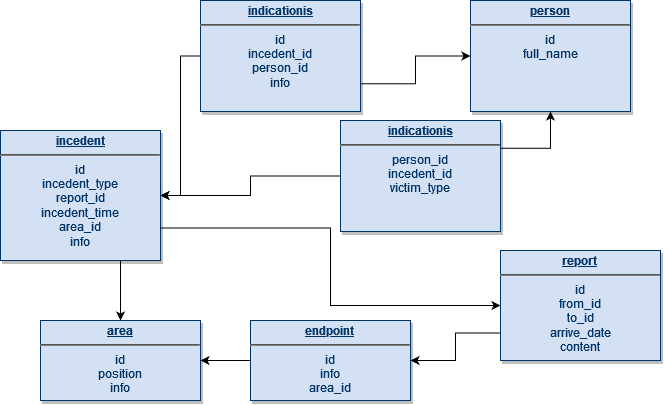
The draw.io diagram s2/db/l1/infodiagram.png in Wgmlgz/itmo, before a commit. Source tidied: cells renumbered, new cells last; positions are measured from the earlier drawing's top-left corner, leaving out a move shared by most shapes.
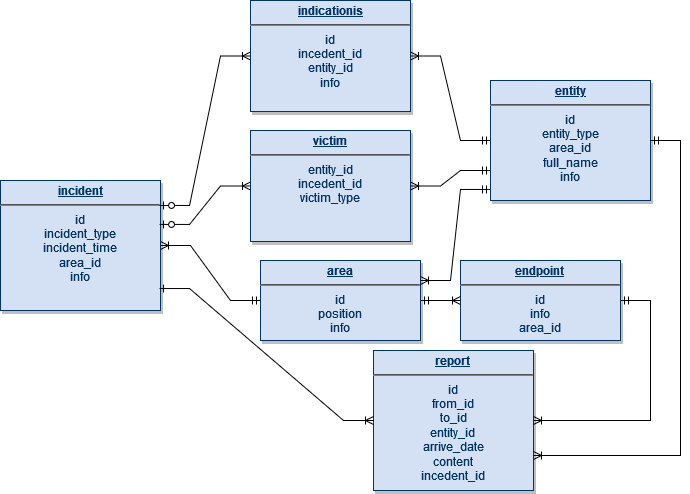
Above is the later version.

Change to the diagram source:
```diff
@@ -2,50 +2,56 @@
   <root>
     <mxCell id="0" />
     <mxCell id="1" parent="0" />
-    <mxCell id="2" style="edgeStyle=orthogonalEdgeStyle;rounded=0;jettySize=auto;html=1;exitX=0;exitY=0.5;exitDx=0;exitDy=0;entryX=1;entryY=0.5;entryDx=0;entryDy=0;" parent="1" edge="1" source="4" target="11">
-      <mxGeometry relative="1" as="geometry" />
-    </mxCell>
-    <mxCell id="3" style="edgeStyle=orthogonalEdgeStyle;rounded=0;jettySize=auto;html=1;exitX=1;exitY=0.75;exitDx=0;exitDy=0;" parent="1" edge="1" source="4" target="8">
-      <mxGeometry relative="1" as="geometry" />
-    </mxCell>
-    <mxCell id="4" value="&lt;p style=&quot;margin: 4px 0px 0px; text-decoration: underline;&quot; align=&quot;center&quot;&gt;&lt;strong&gt;indicationis&lt;/strong&gt;&lt;/p&gt;&lt;hr align=&quot;center&quot;&gt;&lt;div align=&quot;center&quot;&gt;id&lt;/div&gt;&lt;div align=&quot;center&quot;&gt;incedent_id&lt;/div&gt;&lt;div align=&quot;center&quot;&gt;person_id&lt;/div&gt;&lt;div align=&quot;center&quot;&gt;info&lt;br&gt;&lt;/div&gt;" style="verticalAlign=top;align=center;overflow=fill;fontSize=12;fontFamily=Helvetica;html=1;strokeColor=#003366;shadow=1;fillColor=#D4E1F5;fontColor=#003366;" parent="1" vertex="1">
-      <mxGeometry x="200" width="160" height="111" as="geometry" />
+    <mxCell id="4" value="&lt;p style=&quot;margin: 4px 0px 0px; text-decoration: underline;&quot; align=&quot;center&quot;&gt;&lt;strong&gt;indicationis&lt;/strong&gt;&lt;/p&gt;&lt;hr align=&quot;center&quot;&gt;&lt;div align=&quot;center&quot;&gt;id&lt;/div&gt;&lt;div align=&quot;center&quot;&gt;incedent_id&lt;/div&gt;&lt;div align=&quot;center&quot;&gt;entity_id&lt;/div&gt;&lt;div align=&quot;center&quot;&gt;info&lt;br&gt;&lt;/div&gt;" style="verticalAlign=top;align=center;overflow=fill;fontSize=12;fontFamily=Helvetica;html=1;strokeColor=#003366;shadow=1;fillColor=#D4E1F5;fontColor=#003366;" parent="1" vertex="1">
+      <mxGeometry x="250" y="140" width="160" height="111" as="geometry" />
     </mxCell>
-    <mxCell id="5" style="edgeStyle=orthogonalEdgeStyle;rounded=0;jettySize=auto;html=1;exitX=0;exitY=0.5;exitDx=0;exitDy=0;" parent="1" edge="1" source="7" target="11">
-      <mxGeometry relative="1" as="geometry" />
-    </mxCell>
-    <mxCell id="6" style="edgeStyle=orthogonalEdgeStyle;rounded=0;jettySize=auto;html=1;exitX=1;exitY=0.25;exitDx=0;exitDy=0;" parent="1" edge="1" source="7" target="8">
-      <mxGeometry relative="1" as="geometry" />
-    </mxCell>
-    <mxCell id="7" value="&lt;p style=&quot;margin: 4px 0px 0px; text-decoration: underline;&quot; align=&quot;center&quot;&gt;&lt;strong&gt;indicationis&lt;/strong&gt;&lt;/p&gt;&lt;hr align=&quot;center&quot;&gt;&lt;div&gt;person_id&lt;/div&gt;&lt;div&gt;incedent_id&lt;/div&gt;&lt;div&gt;victim_type&lt;br&gt;&lt;/div&gt;" style="verticalAlign=top;align=center;overflow=fill;fontSize=12;fontFamily=Helvetica;html=1;strokeColor=#003366;shadow=1;fillColor=#D4E1F5;fontColor=#003366;" parent="1" vertex="1">
-      <mxGeometry x="340" y="120" width="160" height="111" as="geometry" />
+    <mxCell id="7" value="&lt;p style=&quot;margin: 4px 0px 0px; text-decoration: underline;&quot; align=&quot;center&quot;&gt;&lt;strong&gt;victim&lt;/strong&gt;&lt;/p&gt;&lt;hr align=&quot;center&quot;&gt;&lt;div&gt;entity_id&lt;/div&gt;&lt;div&gt;incedent_id&lt;/div&gt;&lt;div&gt;victim_type&lt;br&gt;&lt;/div&gt;" style="verticalAlign=top;align=center;overflow=fill;fontSize=12;fontFamily=Helvetica;html=1;strokeColor=#003366;shadow=1;fillColor=#D4E1F5;fontColor=#003366;" parent="1" vertex="1">
+      <mxGeometry x="250" y="270" width="160" height="111" as="geometry" />
     </mxCell>
-    <mxCell id="8" value="&lt;p style=&quot;margin: 4px 0px 0px; text-decoration: underline;&quot; align=&quot;center&quot;&gt;&lt;strong&gt;person&lt;/strong&gt;&lt;/p&gt;&lt;hr align=&quot;center&quot;&gt;&lt;strong&gt;&lt;/strong&gt;&lt;div&gt;id&lt;/div&gt;&lt;div&gt;full_name&lt;/div&gt;" style="verticalAlign=top;align=center;overflow=fill;fontSize=12;fontFamily=Helvetica;html=1;strokeColor=#003366;shadow=1;fillColor=#D4E1F5;fontColor=#003366;" parent="1" vertex="1">
-      <mxGeometry x="470" width="160" height="111" as="geometry" />
+    <mxCell id="8" value="&lt;p style=&quot;margin: 4px 0px 0px; text-decoration: underline;&quot; align=&quot;center&quot;&gt;&lt;strong&gt;entity&lt;/strong&gt;&lt;/p&gt;&lt;hr align=&quot;center&quot;&gt;&lt;strong&gt;&lt;/strong&gt;&lt;div&gt;id&lt;/div&gt;&lt;div&gt;entity_type&lt;/div&gt;&lt;div&gt;area_id&lt;br&gt;&lt;/div&gt;&lt;div&gt;full_name&lt;/div&gt;&lt;div&gt;info&lt;br&gt;&lt;/div&gt;" style="verticalAlign=top;align=center;overflow=fill;fontSize=12;fontFamily=Helvetica;html=1;strokeColor=#003366;shadow=1;fillColor=#D4E1F5;fontColor=#003366;" parent="1" vertex="1">
+      <mxGeometry x="490" y="220" width="160" height="120" as="geometry" />
     </mxCell>
-    <mxCell id="9" style="edgeStyle=orthogonalEdgeStyle;rounded=0;jettySize=auto;html=1;exitX=1;exitY=0.75;exitDx=0;exitDy=0;" parent="1" edge="1" source="11" target="16">
-      <mxGeometry relative="1" as="geometry" />
-    </mxCell>
-    <mxCell id="10" style="edgeStyle=orthogonalEdgeStyle;rounded=0;jettySize=auto;html=1;exitX=0.75;exitY=1;exitDx=0;exitDy=0;" parent="1" edge="1" source="11" target="12">
-      <mxGeometry relative="1" as="geometry" />
-    </mxCell>
-    <mxCell id="11" value="&lt;p style=&quot;margin: 4px 0px 0px; text-decoration: underline;&quot; align=&quot;center&quot;&gt;&lt;strong&gt;incedent&lt;/strong&gt;&lt;/p&gt;&lt;hr align=&quot;center&quot;&gt;&lt;strong&gt;&lt;/strong&gt;&lt;div&gt;id&lt;/div&gt;&lt;div&gt;incedent_type&lt;/div&gt;&lt;div&gt;report_id&lt;/div&gt;&lt;div&gt;incedent_time&lt;/div&gt;&lt;div&gt;area_id&lt;/div&gt;&lt;div&gt;info&lt;br&gt;&lt;/div&gt;" style="verticalAlign=top;align=center;overflow=fill;fontSize=12;fontFamily=Helvetica;html=1;strokeColor=#003366;shadow=1;fillColor=#D4E1F5;fontColor=#003366;" parent="1" vertex="1">
-      <mxGeometry y="130" width="160" height="130" as="geometry" />
+    <mxCell id="11" value="&lt;p style=&quot;margin: 4px 0px 0px; text-decoration: underline;&quot; align=&quot;center&quot;&gt;&lt;strong&gt;incident&lt;/strong&gt;&lt;/p&gt;&lt;hr align=&quot;center&quot;&gt;&lt;strong&gt;&lt;/strong&gt;&lt;div&gt;id&lt;/div&gt;&lt;div&gt;incident_type&lt;/div&gt;&lt;div&gt;incident_time&lt;/div&gt;&lt;div&gt;area_id&lt;/div&gt;&lt;div&gt;info&lt;br&gt;&lt;/div&gt;" style="verticalAlign=top;align=center;overflow=fill;fontSize=12;fontFamily=Helvetica;html=1;strokeColor=#003366;shadow=1;fillColor=#D4E1F5;fontColor=#003366;" parent="1" vertex="1">
+      <mxGeometry y="320" width="160" height="130" as="geometry" />
     </mxCell>
     <mxCell id="12" value="&lt;p style=&quot;margin: 4px 0px 0px; text-decoration: underline;&quot; align=&quot;center&quot;&gt;&lt;strong&gt;area&lt;br&gt;&lt;/strong&gt;&lt;/p&gt;&lt;hr align=&quot;center&quot;&gt;&lt;strong&gt;&lt;/strong&gt;&lt;div&gt;id&lt;/div&gt;&lt;div&gt;position&lt;/div&gt;info" style="verticalAlign=top;align=center;overflow=fill;fontSize=12;fontFamily=Helvetica;html=1;strokeColor=#003366;shadow=1;fillColor=#D4E1F5;fontColor=#003366;" parent="1" vertex="1">
-      <mxGeometry x="40" y="320" width="160" height="80" as="geometry" />
+      <mxGeometry x="260" y="400" width="160" height="80" as="geometry" />
     </mxCell>
-    <mxCell id="13" style="edgeStyle=orthogonalEdgeStyle;rounded=0;jettySize=auto;html=1;exitX=0;exitY=0.5;exitDx=0;exitDy=0;" parent="1" edge="1" source="14" target="12">
-      <mxGeometry relative="1" as="geometry" />
-    </mxCell>
     <mxCell id="14" value="&lt;p style=&quot;margin: 4px 0px 0px; text-decoration: underline;&quot; align=&quot;center&quot;&gt;&lt;strong&gt;endpoint&lt;br&gt;&lt;/strong&gt;&lt;/p&gt;&lt;hr align=&quot;center&quot;&gt;&lt;strong&gt;&lt;/strong&gt;&lt;div&gt;id&lt;/div&gt;&lt;div&gt;info&lt;/div&gt;&lt;div&gt;area_id&lt;br&gt;&lt;/div&gt;" style="verticalAlign=top;align=center;overflow=fill;fontSize=12;fontFamily=Helvetica;html=1;strokeColor=#003366;shadow=1;fillColor=#D4E1F5;fontColor=#003366;" parent="1" vertex="1">
-      <mxGeometry x="250" y="320" width="160" height="80" as="geometry" />
+      <mxGeometry x="460" y="400" width="160" height="80" as="geometry" />
     </mxCell>
-    <mxCell id="15" style="edgeStyle=orthogonalEdgeStyle;rounded=0;jettySize=auto;html=1;exitX=0;exitY=0.75;exitDx=0;exitDy=0;" parent="1" edge="1" source="16" target="14">
-      <mxGeometry relative="1" as="geometry" />
-    </mxCell>
-    <mxCell id="16" value="&lt;p style=&quot;margin: 4px 0px 0px; text-decoration: underline;&quot; align=&quot;center&quot;&gt;&lt;strong&gt;report&lt;br&gt;&lt;/strong&gt;&lt;/p&gt;&lt;hr align=&quot;center&quot;&gt;&lt;strong&gt;&lt;/strong&gt;&lt;div&gt;id&lt;/div&gt;&lt;div&gt;from_id&lt;/div&gt;&lt;div&gt;to_id&lt;/div&gt;&lt;div&gt;arrive_date&lt;/div&gt;&lt;div&gt;content&lt;br&gt;&lt;/div&gt;" style="verticalAlign=top;align=center;overflow=fill;fontSize=12;fontFamily=Helvetica;html=1;strokeColor=#003366;shadow=1;fillColor=#D4E1F5;fontColor=#003366;" parent="1" vertex="1">
-      <mxGeometry x="500" y="250" width="160" height="110" as="geometry" />
+    <mxCell id="16" value="&lt;p style=&quot;margin: 4px 0px 0px; text-decoration: underline;&quot; align=&quot;center&quot;&gt;&lt;strong&gt;report&lt;br&gt;&lt;/strong&gt;&lt;/p&gt;&lt;hr align=&quot;center&quot;&gt;&lt;strong&gt;&lt;/strong&gt;&lt;div&gt;id&lt;/div&gt;&lt;div&gt;from_id&lt;/div&gt;&lt;div&gt;to_id&lt;/div&gt;&lt;div&gt;entity_id&lt;br&gt;&lt;/div&gt;&lt;div&gt;arrive_date&lt;/div&gt;&lt;div&gt;content&lt;/div&gt;&lt;div&gt;incedent_id&lt;br&gt;&lt;/div&gt;" style="verticalAlign=top;align=center;overflow=fill;fontSize=12;fontFamily=Helvetica;html=1;strokeColor=#003366;shadow=1;fillColor=#D4E1F5;fontColor=#003366;" parent="1" vertex="1">
+      <mxGeometry x="373" y="490" width="160" height="140" as="geometry" />
     </mxCell>
+    <mxCell id="17" style="edgeStyle=entityRelationEdgeStyle;fontSize=12;html=1;endArrow=ERoneToMany;rounded=0;startArrow=ERmandOne;startFill=0;" parent="1" edge="1" source="12" target="11">
+      <mxGeometry relative="1" as="geometry" />
+    </mxCell>
+    <mxCell id="18" style="edgeStyle=entityRelationEdgeStyle;fontSize=12;html=1;endArrow=ERoneToMany;rounded=0;startArrow=ERmandOne;startFill=0;" parent="1" edge="1" source="12" target="14">
+      <mxGeometry relative="1" as="geometry" />
+    </mxCell>
+    <mxCell id="19" style="edgeStyle=entityRelationEdgeStyle;fontSize=12;html=1;endArrow=ERoneToMany;rounded=0;startArrow=ERmandOne;startFill=0;" parent="1" edge="1" source="14" target="16">
+      <mxGeometry relative="1" as="geometry" />
+    </mxCell>
+    <mxCell id="20" style="edgeStyle=entityRelationEdgeStyle;fontSize=12;html=1;endArrow=ERoneToMany;rounded=0;exitX=0.994;exitY=0.192;exitDx=0;exitDy=0;exitPerimeter=0;startArrow=ERzeroToOne;startFill=0;" parent="1" edge="1" source="11" target="4">
+      <mxGeometry relative="1" as="geometry" />
+    </mxCell>
+    <mxCell id="21" style="edgeStyle=entityRelationEdgeStyle;fontSize=12;html=1;endArrow=ERoneToMany;rounded=0;startArrow=ERmandOne;startFill=0;" parent="1" edge="1" source="8" target="4">
+      <mxGeometry relative="1" as="geometry" />
+    </mxCell>
+    <mxCell id="22" style="edgeStyle=entityRelationEdgeStyle;fontSize=12;html=1;endArrow=ERoneToMany;rounded=0;exitX=0.994;exitY=0.338;exitDx=0;exitDy=0;exitPerimeter=0;startArrow=ERzeroToOne;startFill=0;" parent="1" edge="1" source="11" target="7">
+      <mxGeometry relative="1" as="geometry" />
+    </mxCell>
+    <mxCell id="23" style="edgeStyle=entityRelationEdgeStyle;fontSize=12;html=1;endArrow=ERoneToMany;rounded=0;exitX=0;exitY=0.75;exitDx=0;exitDy=0;startArrow=ERmandOne;startFill=0;" parent="1" edge="1" source="8" target="7">
+      <mxGeometry relative="1" as="geometry" />
+    </mxCell>
+    <mxCell id="9" style="edgeStyle=entityRelationEdgeStyle;fontSize=12;html=1;endArrow=ERoneToMany;rounded=0;exitX=0.994;exitY=0.831;exitDx=0;exitDy=0;exitPerimeter=0;startArrow=ERone;startFill=0;" parent="1" edge="1" source="11" target="16">
+      <mxGeometry relative="1" as="geometry" />
+    </mxCell>
+    <mxCell id="24" style="edgeStyle=entityRelationEdgeStyle;fontSize=12;html=1;endArrow=ERoneToMany;rounded=0;entryX=1;entryY=0.75;entryDx=0;entryDy=0;startArrow=ERmandOne;startFill=0;" parent="1" edge="1" source="8" target="16">
+      <mxGeometry relative="1" as="geometry" />
+    </mxCell>
+    <mxCell id="25" style="edgeStyle=entityRelationEdgeStyle;fontSize=12;html=1;endArrow=ERoneToMany;rounded=0;startArrow=ERmandOne;startFill=0;entryX=1;entryY=0.25;entryDx=0;entryDy=0;exitX=0;exitY=0.908;exitDx=0;exitDy=0;exitPerimeter=0;" parent="1" edge="1" source="8" target="12">
+      <mxGeometry relative="1" as="geometry" />
+    </mxCell>
   </root>
 </mxGraphModel>
```
